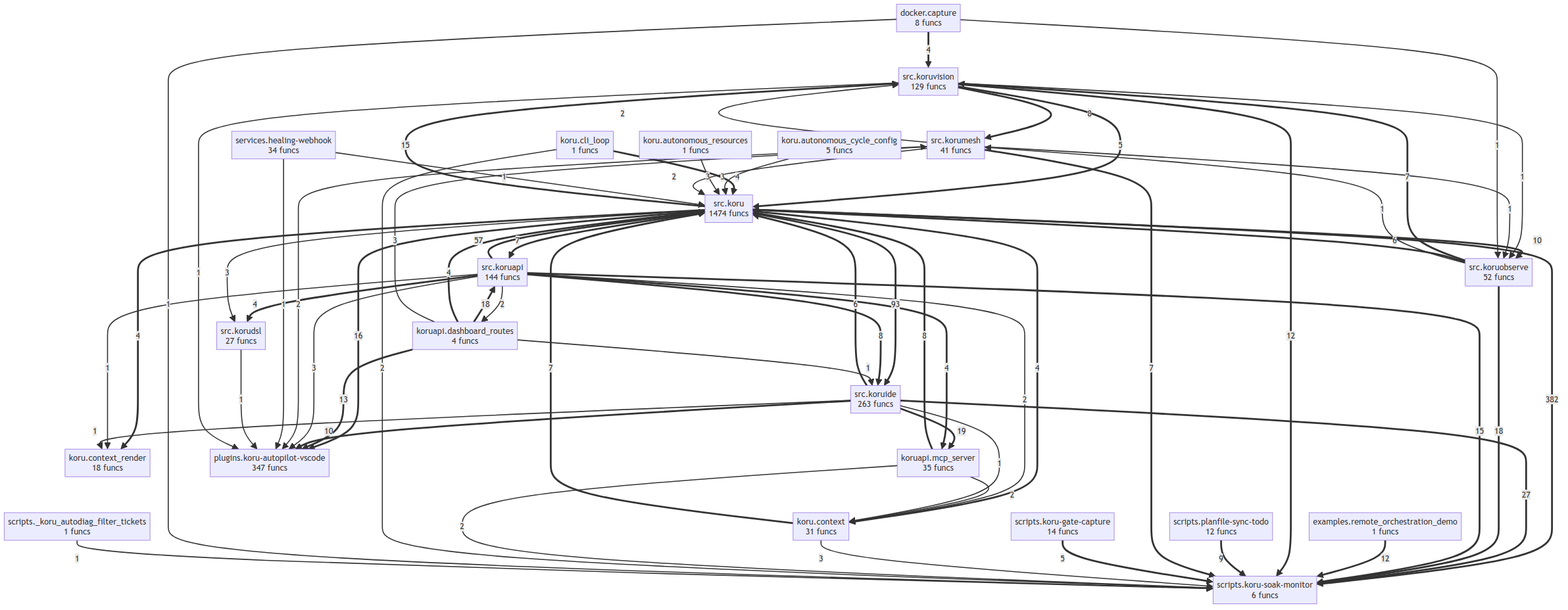
This is project/compact_flow.png from semcod/koru, a Mermaid export, as it was before one commit. Its source is kept beside it as project/compact_flow.mmd. Source of this version:
```mermaid
flowchart TD
    docker__capture["docker.capture<br/>8 funcs"]
    examples__remote_orchestration_demo["examples.remote_orchestration_demo<br/>1 funcs"]
    koru__autonomous_cycle_config["koru.autonomous_cycle_config<br/>5 funcs"]
    koru__autonomous_resources["koru.autonomous_resources<br/>1 funcs"]
    koru__cli_loop["koru.cli_loop<br/>1 funcs"]
    koru__context["koru.context<br/>31 funcs"]
    koru__context_render["koru.context_render<br/>18 funcs"]
    koruapi__dashboard_routes["koruapi.dashboard_routes<br/>4 funcs"]
    koruapi__mcp_server["koruapi.mcp_server<br/>35 funcs"]
    plugins__koru_autopilot_vscode["plugins.koru-autopilot-vscode<br/>347 funcs"]
    scripts___koru_autodiag_filter_tickets["scripts._koru_autodiag_filter_tickets<br/>1 funcs"]
    scripts__koru_gate_capture["scripts.koru-gate-capture<br/>14 funcs"]
    scripts__koru_soak_monitor["scripts.koru-soak-monitor<br/>6 funcs"]
    scripts__planfile_sync_todo["scripts.planfile-sync-todo<br/>12 funcs"]
    services__healing_webhook["services.healing-webhook<br/>34 funcs"]
    src__koru["src.koru<br/>1474 funcs"]
    src__koruapi["src.koruapi<br/>144 funcs"]
    src__korudsl["src.korudsl<br/>27 funcs"]
    src__koruide["src.koruide<br/>263 funcs"]
    src__korumesh["src.korumesh<br/>41 funcs"]
    src__koruobserve["src.koruobserve<br/>52 funcs"]
    src__koruvision["src.koruvision<br/>129 funcs"]
    src__koru ==>|382| scripts__koru_soak_monitor
    src__koru ==>|93| src__koruide
    src__koruapi ==>|57| src__koru
    src__koruide ==>|27| scripts__koru_soak_monitor
    src__koruide ==>|19| koruapi__mcp_server
    src__koruobserve ==>|18| scripts__koru_soak_monitor
    koruapi__dashboard_routes ==>|18| src__koruapi
    src__koru ==>|16| plugins__koru_autopilot_vscode
    src__koruapi ==>|15| scripts__koru_soak_monitor
    src__koru ==>|15| src__koruvision
    koruapi__dashboard_routes ==>|13| plugins__koru_autopilot_vscode
    examples__remote_orchestration_demo ==>|12| scripts__koru_soak_monitor
    src__koruvision ==>|12| scripts__koru_soak_monitor
    src__koruide ==>|10| plugins__koru_autopilot_vscode
    src__koru ==>|10| src__koruobserve
    scripts__planfile_sync_todo ==>|9| scripts__koru_soak_monitor
    src__koruapi ==>|8| src__koruide
    koruapi__mcp_server ==>|8| src__koru
    src__koruvision ==>|8| src__korumesh
    src__koruobserve ==>|7| src__koruvision
    src__korumesh ==>|7| scripts__koru_soak_monitor
    src__koru ==>|7| src__koruapi
    koru__context ==>|7| src__koru
    src__koruobserve ==>|6| src__koru
    src__koruide ==>|6| src__koru
    src__koruvision ==>|5| src__koru
    scripts__koru_gate_capture ==>|5| scripts__koru_soak_monitor
    src__koruapi ==>|4| koruapi__mcp_server
    koruapi__dashboard_routes ==>|4| src__koru
    src__koruapi ==>|4| src__korudsl
    src__koru ==>|4| koru__context
    src__koru ==>|4| koru__context_render
    koru__cli_loop ==>|4| src__koru
    docker__capture ==>|4| src__koruvision
    src__koruapi -->|3| plugins__koru_autopilot_vscode
    koruapi__dashboard_routes -->|3| src__korumesh
    src__koru -->|3| src__korudsl
    koru__autonomous_cycle_config -->|3| src__koru
    koru__context -->|3| scripts__koru_soak_monitor
    koru__autonomous_resources -->|3| src__koru
    src__koruapi -->|2| koru__context
    src__koruapi -->|2| koruapi__dashboard_routes
    koruapi__mcp_server -->|2| koru__context
    koruapi__mcp_server -->|2| scripts__koru_soak_monitor
    src__korumesh -->|2| src__koru
    src__korumesh -->|2| src__koruvision
    src__korumesh -->|2| plugins__koru_autopilot_vscode
    koru__cli_loop -->|2| scripts__koru_soak_monitor
    services__healing_webhook -->|1| plugins__koru_autopilot_vscode
    services__healing_webhook -->|1| src__koru
    src__koruobserve -->|1| src__korumesh
    src__korudsl -->|1| plugins__koru_autopilot_vscode
    koruapi__dashboard_routes -->|1| src__koruide
    src__koruapi -->|1| koru__context_render
    src__koruvision -->|1| plugins__koru_autopilot_vscode
    src__koruvision -->|1| src__koruobserve
    src__korumesh -->|1| src__koruobserve
    src__koruide -->|1| koru__context_render
    src__koruide -->|1| koru__context
    docker__capture -->|1| src__koruobserve
    docker__capture -->|1| scripts__koru_soak_monitor
    scripts___koru_autodiag_filter_tickets -->|1| scripts__koru_soak_monitor
```
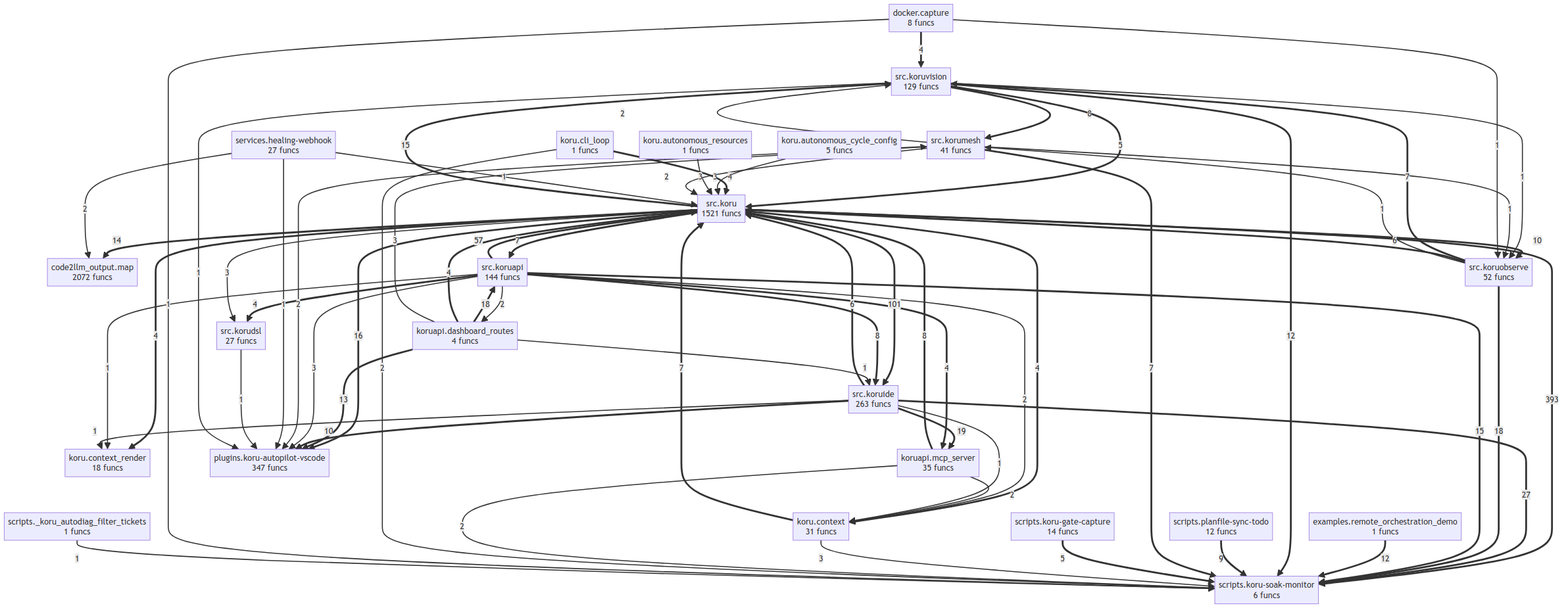
The same diagram one commit later.

The edit, as a diff of the source:
```diff
@@ -1,4 +1,5 @@
 flowchart TD
+    code2llm_output__map["code2llm_output.map<br/>2072 funcs"]
     docker__capture["docker.capture<br/>8 funcs"]
     examples__remote_orchestration_demo["examples.remote_orchestration_demo<br/>1 funcs"]
     koru__autonomous_cycle_config["koru.autonomous_cycle_config<br/>5 funcs"]
@@ -13,16 +14,16 @@
     scripts__koru_gate_capture["scripts.koru-gate-capture<br/>14 funcs"]
     scripts__koru_soak_monitor["scripts.koru-soak-monitor<br/>6 funcs"]
     scripts__planfile_sync_todo["scripts.planfile-sync-todo<br/>12 funcs"]
-    services__healing_webhook["services.healing-webhook<br/>34 funcs"]
-    src__koru["src.koru<br/>1474 funcs"]
+    services__healing_webhook["services.healing-webhook<br/>27 funcs"]
+    src__koru["src.koru<br/>1521 funcs"]
     src__koruapi["src.koruapi<br/>144 funcs"]
     src__korudsl["src.korudsl<br/>27 funcs"]
     src__koruide["src.koruide<br/>263 funcs"]
     src__korumesh["src.korumesh<br/>41 funcs"]
     src__koruobserve["src.koruobserve<br/>52 funcs"]
     src__koruvision["src.koruvision<br/>129 funcs"]
-    src__koru ==>|382| scripts__koru_soak_monitor
-    src__koru ==>|93| src__koruide
+    src__koru ==>|393| scripts__koru_soak_monitor
+    src__koru ==>|101| src__koruide
     src__koruapi ==>|57| src__koru
     src__koruide ==>|27| scripts__koru_soak_monitor
     src__koruide ==>|19| koruapi__mcp_server
@@ -31,6 +32,7 @@
     src__koru ==>|16| plugins__koru_autopilot_vscode
     src__koruapi ==>|15| scripts__koru_soak_monitor
     src__koru ==>|15| src__koruvision
+    src__koru ==>|14| code2llm_output__map
     koruapi__dashboard_routes ==>|13| plugins__koru_autopilot_vscode
     examples__remote_orchestration_demo ==>|12| scripts__koru_soak_monitor
     src__koruvision ==>|12| scripts__koru_soak_monitor
@@ -57,10 +59,11 @@
     docker__capture ==>|4| src__koruvision
     src__koruapi -->|3| plugins__koru_autopilot_vscode
     koruapi__dashboard_routes -->|3| src__korumesh
-    src__koru -->|3| src__korudsl
     koru__autonomous_cycle_config -->|3| src__koru
     koru__context -->|3| scripts__koru_soak_monitor
+    src__koru -->|3| src__korudsl
     koru__autonomous_resources -->|3| src__koru
+    services__healing_webhook -->|2| code2llm_output__map
     src__koruapi -->|2| koru__context
     src__koruapi -->|2| koruapi__dashboard_routes
     koruapi__mcp_server -->|2| koru__context
```
